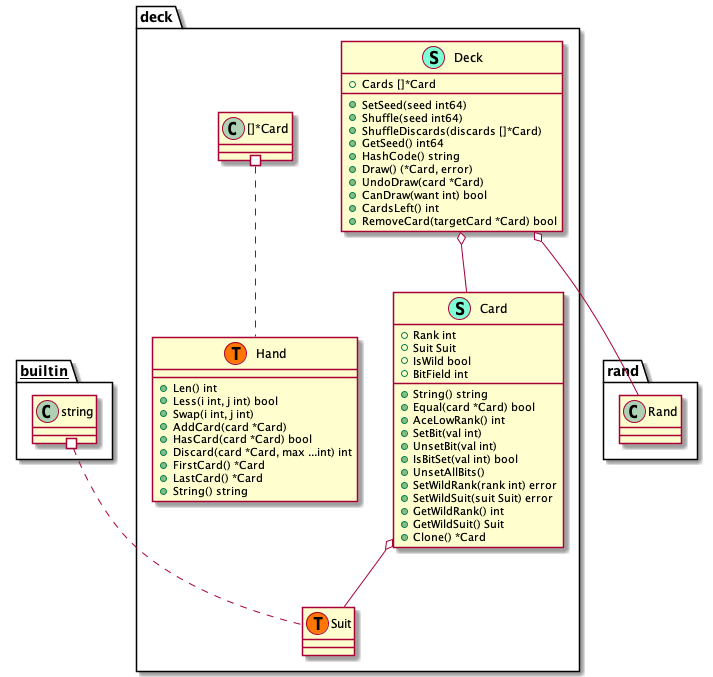
This is assets/uml_deck.png from weters/mondaynightpoker-server, a PlantUML export, as it was before one commit.
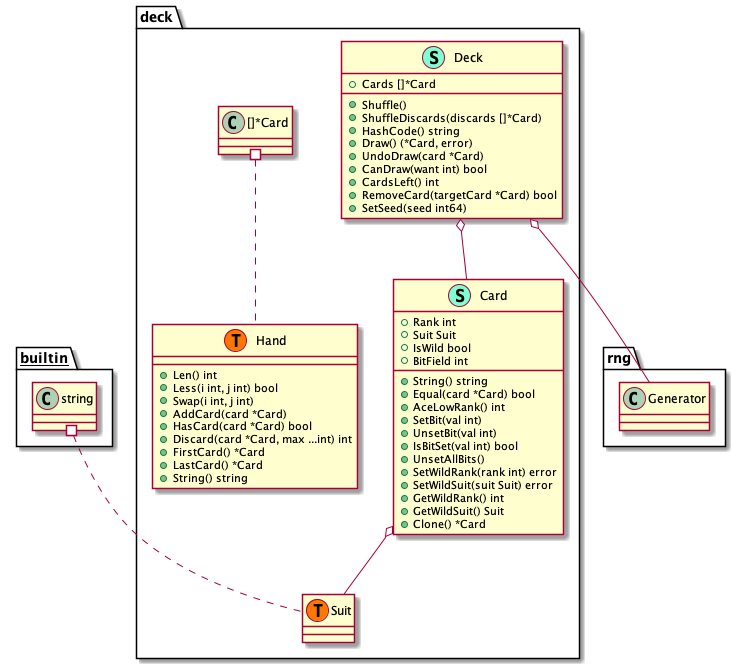
After the change.

Commit message:
Update UML of deck package

Change to the diagram source:
```diff
@@ -23,16 +23,15 @@
     class Deck << (S,Aquamarine) >> {
         + Cards []*Card
 
-        + SetSeed(seed int64)
-        + Shuffle(seed int64)
+        + Shuffle()
         + ShuffleDiscards(discards []*Card)
-        + GetSeed() int64
         + HashCode() string
         + Draw() (*Card, error)
         + UndoDraw(card *Card)
         + CanDraw(want int) bool
         + CardsLeft() int
         + RemoveCard(targetCard *Card) bool
+        + SetSeed(seed int64)
 
     }
     class Hand << (S,Aquamarine) >> {
@@ -56,7 +55,7 @@
 
 "deck.Card" o-- "deck.Suit"
 "deck.Deck" o-- "deck.Card"
-"deck.Deck" o-- "rand.Rand"
+"deck.Deck" o-- "rng.Generator"
 
 "__builtin__.string" #.. "deck.Suit"
 "deck.[]*Card" #.. "deck.Hand"
```
